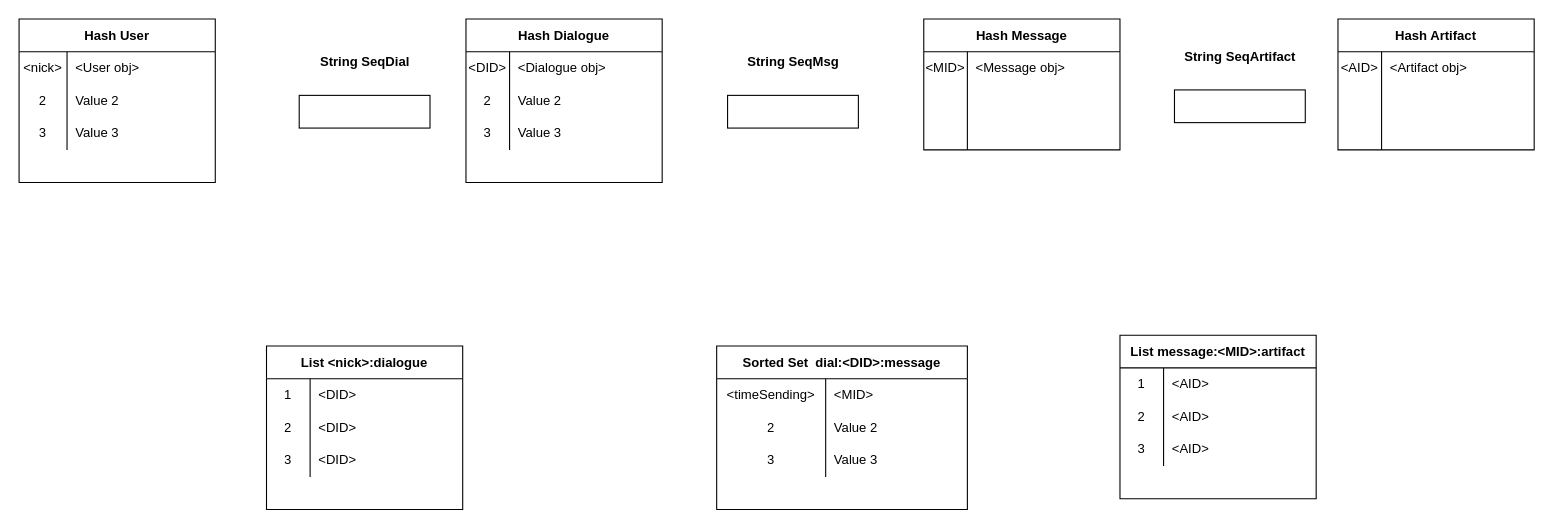
This is doc/pdf/src/diagrams/src/Модель данных.drawio from okayno14/E-message, a draw.io file, before an edit. Source tidied: cells renumbered, new cells numbered last; positions are measured from the earlier drawing's top-left corner, leaving out a move shared by most shapes. Both pictures are drawn from the tidied source at 109%, with x=0, y=0 at pixel (19, 19).
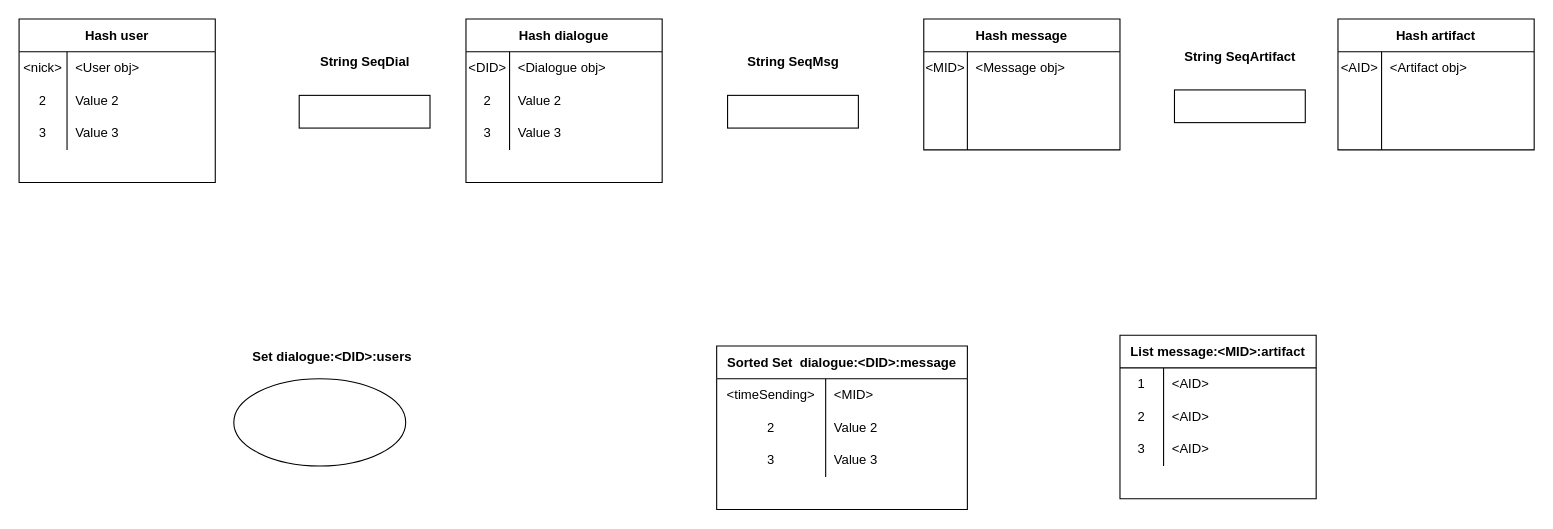
The same diagram, later.

Change to the diagram source:
```diff
@@
-    <mxCell id="2" value="Hash User" style="shape=table;startSize=30;childLayout=tableLayout;rowLines=0;fontStyle=1;" parent="1" vertex="1">
+    <mxCell id="2" value="Hash user" style="shape=table;startSize=30;childLayout=tableLayout;rowLines=0;fontStyle=1;" parent="1" vertex="1">
       <mxGeometry width="180" height="150" as="geometry" />
     </mxCell>
@@
-    <mxCell id="12" value="Hash Dialogue" style="shape=table;startSize=30;childLayout=tableLayout;rowLines=0;fontStyle=1;" parent="1" vertex="1">
+    <mxCell id="12" value="Hash dialogue" style="shape=table;startSize=30;childLayout=tableLayout;rowLines=0;fontStyle=1;" parent="1" vertex="1">
       <mxGeometry x="410" width="180" height="150" as="geometry" />
     </mxCell>
@@
-    <mxCell id="22" value="List &lt;nick&gt;:dialogue" style="shape=table;startSize=30;childLayout=tableLayout;rowLines=0;fontStyle=1;" parent="1" vertex="1">
-      <mxGeometry x="227" y="300" width="180" height="150" as="geometry" />
-    </mxCell>
-    <mxCell id="23" style="shape=tableRow;horizontal=0;startSize=0;swimlaneHead=0;swimlaneBody=0;top=0;left=0;bottom=0;right=0;fillColor=none;" parent="22" vertex="1">
-      <mxGeometry y="30" width="180" height="30" as="geometry" />
-    </mxCell>
-    <mxCell id="24" value="1" style="shape=partialRectangle;html=1;whiteSpace=wrap;fillColor=none;top=0;left=0;bottom=0;right=0;overflow=hidden;" parent="23" vertex="1">
-      <mxGeometry width="40" height="30" as="geometry" />
-    </mxCell>
-    <mxCell id="25" value="&amp;lt;DID&amp;gt;" style="shape=partialRectangle;html=1;whiteSpace=wrap;fillColor=none;top=0;left=0;bottom=0;right=0;align=left;spacingLeft=6;overflow=hidden;" parent="23" vertex="1">
-      <mxGeometry x="40" width="140" height="30" as="geometry" />
-    </mxCell>
-    <mxCell id="26" style="shape=tableRow;horizontal=0;startSize=0;swimlaneHead=0;swimlaneBody=0;top=0;left=0;bottom=0;right=0;fillColor=none;" parent="22" vertex="1">
-      <mxGeometry y="60" width="180" height="30" as="geometry" />
-    </mxCell>
-    <mxCell id="27" value="2" style="shape=partialRectangle;html=1;whiteSpace=wrap;fillColor=none;top=0;left=0;bottom=0;right=0;overflow=hidden;" parent="26" vertex="1">
-      <mxGeometry width="40" height="30" as="geometry" />
-    </mxCell>
-    <mxCell id="28" value="&amp;lt;DID&amp;gt;" style="shape=partialRectangle;html=1;whiteSpace=wrap;fillColor=none;top=0;left=0;bottom=0;right=0;align=left;spacingLeft=6;overflow=hidden;" parent="26" vertex="1">
-      <mxGeometry x="40" width="140" height="30" as="geometry" />
-    </mxCell>
-    <mxCell id="29" style="shape=tableRow;horizontal=0;startSize=0;swimlaneHead=0;swimlaneBody=0;top=0;left=0;bottom=0;right=0;fillColor=none;" parent="22" vertex="1">
-      <mxGeometry y="90" width="180" height="30" as="geometry" />
-    </mxCell>
-    <mxCell id="30" value="3" style="shape=partialRectangle;html=1;whiteSpace=wrap;fillColor=none;top=0;left=0;bottom=0;right=0;overflow=hidden;" parent="29" vertex="1">
-      <mxGeometry width="40" height="30" as="geometry" />
-    </mxCell>
-    <mxCell id="31" value="&amp;lt;DID&amp;gt;" style="shape=partialRectangle;html=1;whiteSpace=wrap;fillColor=none;top=0;left=0;bottom=0;right=0;align=left;spacingLeft=6;overflow=hidden;" parent="29" vertex="1">
-      <mxGeometry x="40" width="140" height="30" as="geometry" />
-    </mxCell>
-    <mxCell id="32" value="Hash Message" style="shape=table;startSize=30;childLayout=tableLayout;rowLines=0;fontStyle=1;" parent="1" vertex="1">
+    <mxCell id="32" value="Hash message" style="shape=table;startSize=30;childLayout=tableLayout;rowLines=0;fontStyle=1;" parent="1" vertex="1">
       <mxGeometry x="830" width="180" height="120" as="geometry" />
     </mxCell>
@@
-    <mxCell id="42" value="Sorted Set  dial:&lt;DID&gt;:message" style="shape=table;startSize=30;childLayout=tableLayout;rowLines=0;fontStyle=1;" parent="1" vertex="1">
+    <mxCell id="42" value="Sorted Set  dialogue:&lt;DID&gt;:message" style="shape=table;startSize=30;childLayout=tableLayout;rowLines=0;fontStyle=1;" parent="1" vertex="1">
       <mxGeometry x="640" y="300" width="230" height="150" as="geometry" />
     </mxCell>
@@
-    <mxCell id="52" value="Hash Artifact" style="shape=table;startSize=30;childLayout=tableLayout;rowLines=0;fontStyle=1;" parent="1" vertex="1">
+    <mxCell id="52" value="Hash artifact" style="shape=table;startSize=30;childLayout=tableLayout;rowLines=0;fontStyle=1;" parent="1" vertex="1">
       <mxGeometry x="1210" width="180" height="120" as="geometry" />
     </mxCell>
@@
+    <mxCell id="81" style="group;" parent="1" vertex="1">
+      <mxGeometry x="197" y="300" width="180" height="110" as="geometry" />
+    </mxCell>
+    <mxCell id="82" style="ellipse;whiteSpace=wrap;html=1;" parent="81" vertex="1">
+      <mxGeometry y="30" width="157.7" height="80" as="geometry" />
+    </mxCell>
+    <mxCell id="83" value="&lt;b&gt;Set dialogue:&amp;lt;DID&amp;gt;:users&lt;/b&gt;" style="text;html=1;align=center;verticalAlign=middle;strokeColor=none;fillColor=none;" parent="81" vertex="1">
+      <mxGeometry x="10" width="160" height="20" as="geometry" />
+    </mxCell>
```
